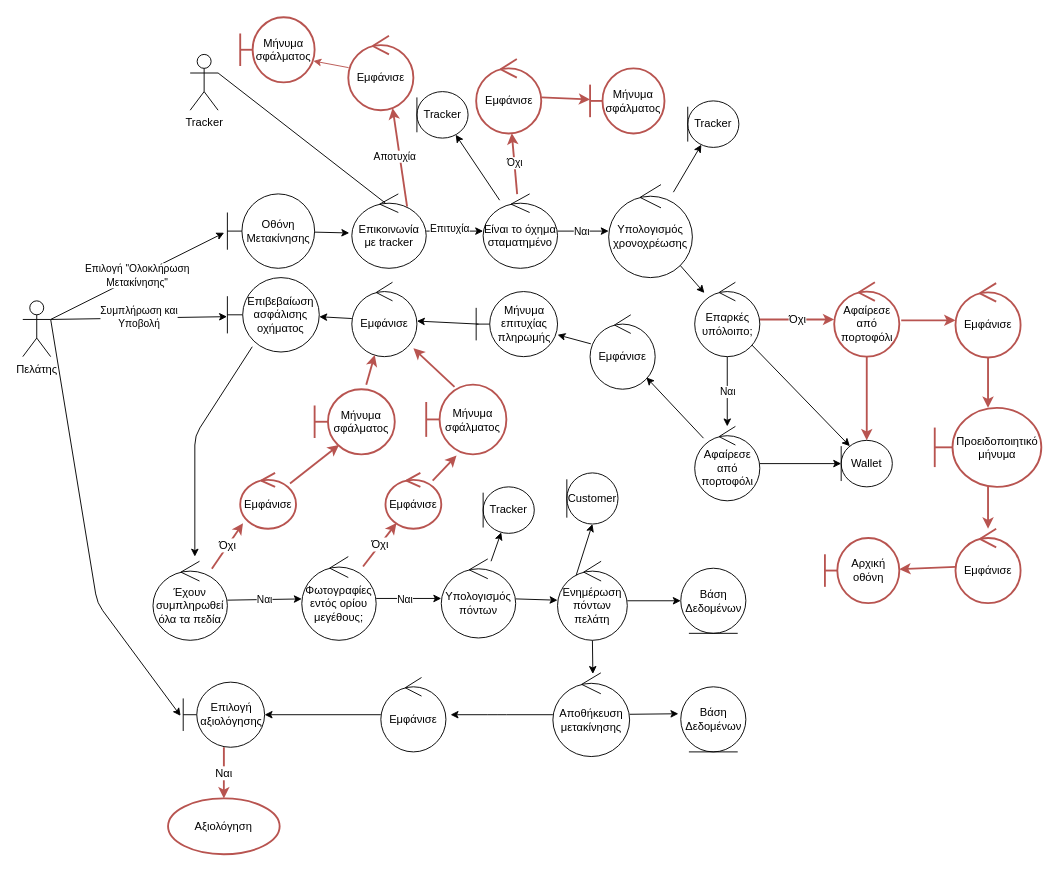
Before: Part_2/Robustness/diagrams/03_Ολοκλήρωση_Μετακίνησης.drawio in Nikolis2002/texnoligia_logismikou, a draw.io diagram. Source tidied: cells renumbered, new cells numbered last; positions are measured from the earlier drawing's top-left corner, leaving out a move shared by most shapes. Both pictures are drawn from the tidied source at 93%, with x=0, y=0 at pixel (22, 17).
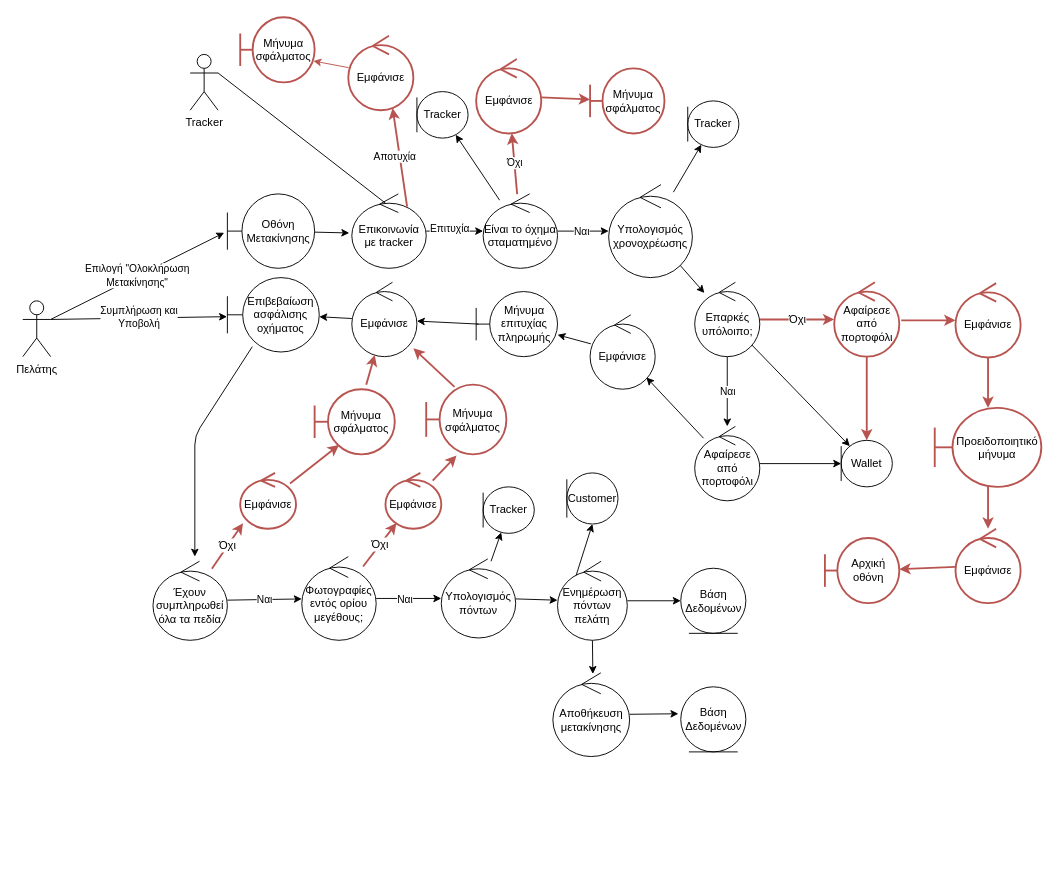
After the change.

The change refers to these unchanged cells:
```xml
<mxCell id="5" value="Πελάτης" style="shape=umlActor;verticalLabelPosition=bottom;verticalAlign=top;html=1;" parent="1" vertex="1">
  <mxGeometry y="305" width="30" height="60" as="geometry" />
</mxCell>
<mxCell id="83" value="Αποθήκευση μετακίνησης" style="ellipse;shape=umlControl;whiteSpace=wrap;html=1;" parent="1" vertex="1">
  <mxGeometry x="570" y="705" width="82.5" height="90" as="geometry" />
</mxCell>
```

The edit, as a diff of the source:
```diff
@@
-    <mxCell id="4" style="edgeStyle=none;html=1;exitX=1;exitY=0.3333333333333333;exitDx=0;exitDy=0;exitPerimeter=0;entryX=-0.032;entryY=0.518;entryDx=0;entryDy=0;entryPerimeter=0;endArrow=classic;endFill=1;" parent="1" edge="1" source="5" target="79">
-      <mxGeometry relative="1" as="geometry">
-        <Array as="points">
-          <mxPoint x="80" y="630" />
-        </Array>
-      </mxGeometry>
-    </mxCell>
@@
-    <mxCell id="76" style="edgeStyle=none;html=1;endArrow=classic;endFill=1;" parent="1" edge="1" source="77" target="79">
-      <mxGeometry relative="1" as="geometry" />
-    </mxCell>
-    <mxCell id="77" value="Εμφάνισε" style="ellipse;shape=umlControl;whiteSpace=wrap;html=1;" parent="1" vertex="1">
-      <mxGeometry x="385" y="710" width="70" height="80" as="geometry" />
-    </mxCell>
-    <mxCell id="78" value="Ναι" style="edgeStyle=none;html=1;endArrow=classic;endFill=1;fontSize=12;fillColor=none;strokeColor=#b85450;strokeWidth=2;" parent="1" edge="1" source="79" target="80">
-      <mxGeometry relative="1" as="geometry" />
-    </mxCell>
-    <mxCell id="79" value="Επιλογή αξιολόγησης" style="shape=umlBoundary;whiteSpace=wrap;html=1;" parent="1" vertex="1">
-      <mxGeometry x="172.5" y="715" width="87.5" height="70" as="geometry" />
-    </mxCell>
-    <mxCell id="80" value="Αξιολόγηση" style="ellipse;whiteSpace=wrap;html=1;fillColor=none;strokeColor=#b85450;strokeWidth=2;" parent="1" vertex="1">
-      <mxGeometry x="156.2" y="840" width="120" height="60" as="geometry" />
-    </mxCell>
-    <mxCell id="81" style="edgeStyle=none;html=1;strokeWidth=1;entryX=1.071;entryY=0.5;entryDx=0;entryDy=0;entryPerimeter=0;" parent="1" edge="1" source="83" target="77">
-      <mxGeometry relative="1" as="geometry">
-        <Array as="points">
-          <mxPoint x="510" y="750" />
-        </Array>
-      </mxGeometry>
-    </mxCell>
```
